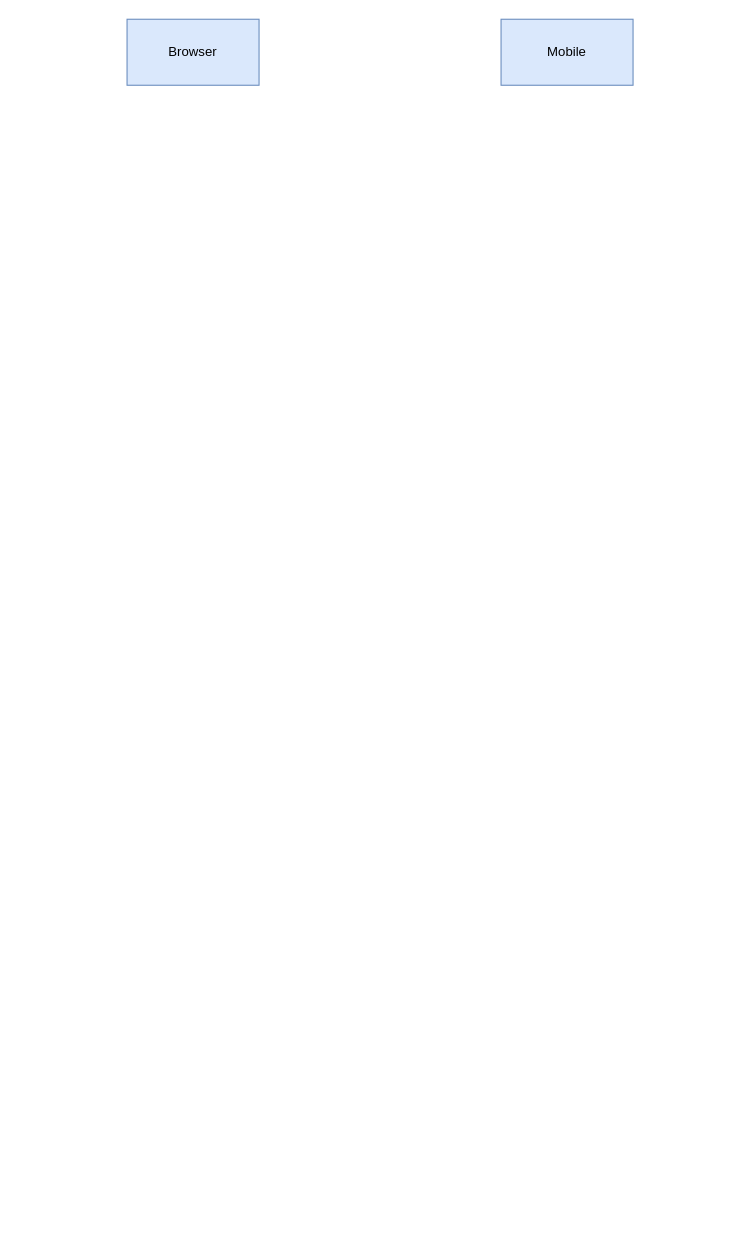
Above: Диаграмма без названия.drawio in Sardoralgoritm/OlxApi (draw.io), before the change. Source tidied: cells renumbered, new cells numbered last; positions are measured from the earlier drawing's top-left corner, leaving out a move shared by most shapes. Both pictures are drawn from the tidied source at 110%, with x=0, y=0 at pixel (127, 19).
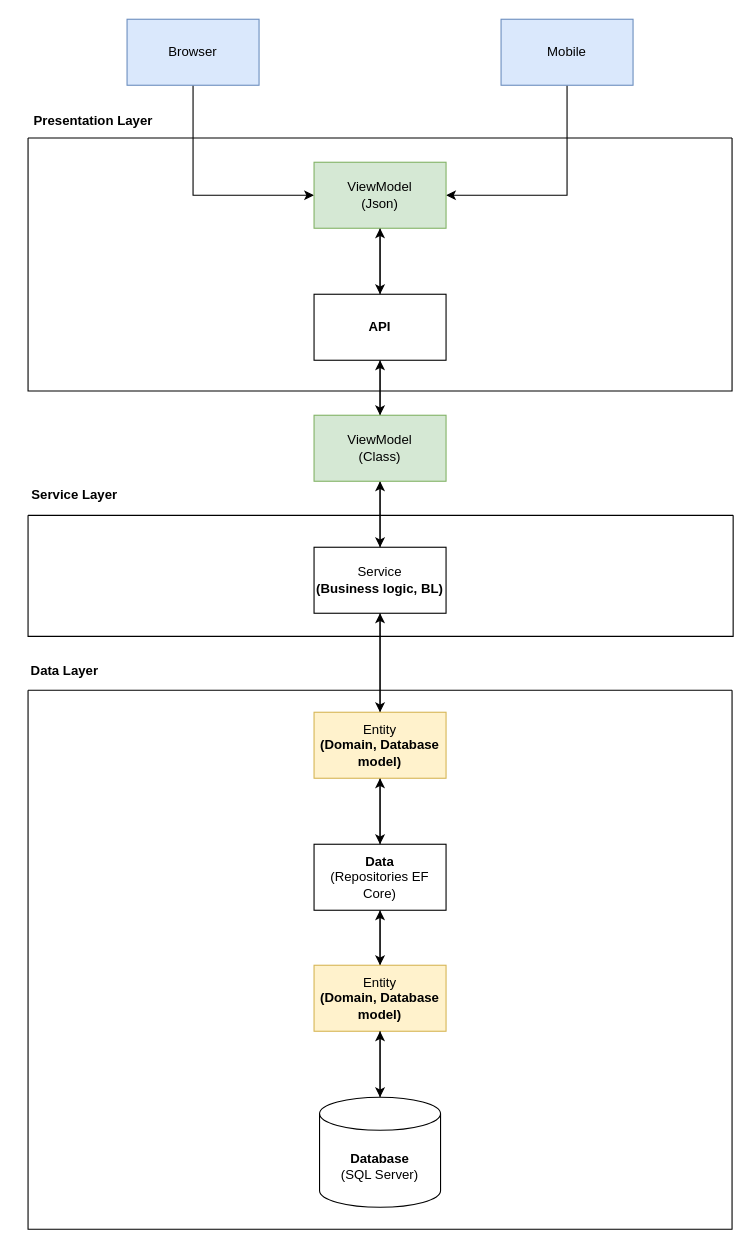
The same diagram, later.

The change refers to these unchanged cells:
```xml
<mxCell id="2" value="Browser" style="rounded=0;whiteSpace=wrap;html=1;fillColor=#dae8fc;strokeColor=#6c8ebf;" parent="1" vertex="1">
  <mxGeometry width="120" height="60" as="geometry" />
</mxCell>
<mxCell id="3" value="Mobile" style="rounded=0;whiteSpace=wrap;html=1;fillColor=#dae8fc;strokeColor=#6c8ebf;" parent="1" vertex="1">
  <mxGeometry x="340" width="120" height="60" as="geometry" />
</mxCell>
```

The edit, as a diff of the source:
```diff
@@
+    <mxCell id="4" style="edgeStyle=orthogonalEdgeStyle;rounded=0;jettySize=auto;html=1;entryX=0;entryY=0.5;entryDx=0;entryDy=0;" parent="1" edge="1" source="2" target="7">
+      <mxGeometry relative="1" as="geometry">
+        <Array as="points">
+          <mxPoint x="60" y="160" />
+        </Array>
+      </mxGeometry>
+    </mxCell>
@@
+    <mxCell id="5" style="edgeStyle=orthogonalEdgeStyle;rounded=0;jettySize=auto;html=1;entryX=1;entryY=0.5;entryDx=0;entryDy=0;" parent="1" edge="1" source="3" target="7">
+      <mxGeometry relative="1" as="geometry">
+        <Array as="points">
+          <mxPoint x="400" y="160" />
+        </Array>
+      </mxGeometry>
+    </mxCell>
@@
+    <mxCell id="6" style="edgeStyle=orthogonalEdgeStyle;rounded=0;jettySize=auto;html=1;" parent="1" edge="1" source="7" target="10">
+      <mxGeometry relative="1" as="geometry" />
+    </mxCell>
+    <mxCell id="7" value="ViewModel&lt;br&gt;(Json)" style="rounded=0;whiteSpace=wrap;html=1;fillColor=#d5e8d4;strokeColor=#82b366;" parent="1" vertex="1">
+      <mxGeometry x="170" y="130" width="120" height="60" as="geometry" />
+    </mxCell>
+    <mxCell id="8" style="edgeStyle=orthogonalEdgeStyle;rounded=0;jettySize=auto;html=1;entryX=0.5;entryY=1;entryDx=0;entryDy=0;" parent="1" edge="1" source="10" target="7">
+      <mxGeometry relative="1" as="geometry" />
+    </mxCell>
+    <mxCell id="9" style="edgeStyle=orthogonalEdgeStyle;rounded=0;jettySize=auto;html=1;" parent="1" edge="1" source="10" target="16">
+      <mxGeometry relative="1" as="geometry" />
+    </mxCell>
+    <mxCell id="10" value="&lt;b&gt;API&lt;/b&gt;" style="whiteSpace=wrap;html=1;rounded=0;" parent="1" vertex="1">
+      <mxGeometry x="170" y="250" width="120" height="60" as="geometry" />
+    </mxCell>
+    <mxCell id="11" style="edgeStyle=orthogonalEdgeStyle;rounded=0;jettySize=auto;html=1;entryX=0.5;entryY=1;entryDx=0;entryDy=0;" parent="1" edge="1" source="13" target="16">
+      <mxGeometry relative="1" as="geometry" />
+    </mxCell>
+    <mxCell id="12" style="edgeStyle=orthogonalEdgeStyle;rounded=0;jettySize=auto;html=1;" parent="1" edge="1" source="13" target="19">
+      <mxGeometry relative="1" as="geometry" />
+    </mxCell>
+    <mxCell id="13" value="Service&lt;br&gt;&lt;b&gt;(Business logic, BL)&lt;/b&gt;" style="whiteSpace=wrap;html=1;rounded=0;" parent="1" vertex="1">
+      <mxGeometry x="170" y="480" width="120" height="60" as="geometry" />
+    </mxCell>
+    <mxCell id="14" style="edgeStyle=orthogonalEdgeStyle;rounded=0;jettySize=auto;html=1;entryX=0.5;entryY=0;entryDx=0;entryDy=0;" parent="1" edge="1" source="16" target="13">
+      <mxGeometry relative="1" as="geometry" />
+    </mxCell>
+    <mxCell id="15" style="edgeStyle=orthogonalEdgeStyle;rounded=0;jettySize=auto;html=1;entryX=0.5;entryY=1;entryDx=0;entryDy=0;" parent="1" edge="1" source="16" target="10">
+      <mxGeometry relative="1" as="geometry" />
+    </mxCell>
+    <mxCell id="16" value="ViewModel&lt;br style=&quot;border-color: var(--border-color);&quot;&gt;(Class)" style="whiteSpace=wrap;html=1;rounded=0;fillColor=#d5e8d4;strokeColor=#82b366;" parent="1" vertex="1">
+      <mxGeometry x="170" y="360" width="120" height="60" as="geometry" />
+    </mxCell>
+    <mxCell id="17" style="edgeStyle=orthogonalEdgeStyle;rounded=0;jettySize=auto;html=1;entryX=0.5;entryY=1;entryDx=0;entryDy=0;" parent="1" edge="1" source="19" target="13">
+      <mxGeometry relative="1" as="geometry" />
+    </mxCell>
+    <mxCell id="18" style="edgeStyle=orthogonalEdgeStyle;rounded=0;jettySize=auto;html=1;" parent="1" edge="1" source="19" target="22">
+      <mxGeometry relative="1" as="geometry" />
+    </mxCell>
+    <mxCell id="19" value="Entity&lt;br&gt;&lt;b&gt;(Domain, Database model)&lt;/b&gt;" style="whiteSpace=wrap;html=1;rounded=0;fillColor=#fff2cc;strokeColor=#d6b656;" parent="1" vertex="1">
+      <mxGeometry x="170" y="630" width="120" height="60" as="geometry" />
+    </mxCell>
+    <mxCell id="20" style="edgeStyle=orthogonalEdgeStyle;rounded=0;jettySize=auto;html=1;entryX=0.5;entryY=1;entryDx=0;entryDy=0;" parent="1" edge="1" source="22" target="19">
+      <mxGeometry relative="1" as="geometry" />
+    </mxCell>
+    <mxCell id="21" style="edgeStyle=orthogonalEdgeStyle;rounded=0;jettySize=auto;html=1;entryX=0.5;entryY=0;entryDx=0;entryDy=0;" parent="1" edge="1" source="22" target="24">
+      <mxGeometry relative="1" as="geometry" />
+    </mxCell>
+    <mxCell id="22" value="&lt;b&gt;Data&lt;/b&gt;&lt;br&gt;(Repositories EF Core)" style="whiteSpace=wrap;html=1;rounded=0;" parent="1" vertex="1">
+      <mxGeometry x="170" y="750" width="120" height="60" as="geometry" />
+    </mxCell>
+    <mxCell id="23" style="edgeStyle=orthogonalEdgeStyle;rounded=0;jettySize=auto;html=1;entryX=0.5;entryY=1;entryDx=0;entryDy=0;" parent="1" edge="1" source="24" target="22">
+      <mxGeometry relative="1" as="geometry" />
+    </mxCell>
+    <mxCell id="24" value="Entity&lt;br&gt;&lt;b&gt;(Domain, Database model)&lt;/b&gt;" style="whiteSpace=wrap;html=1;rounded=0;fillColor=#fff2cc;strokeColor=#d6b656;" parent="1" vertex="1">
+      <mxGeometry x="170" y="860" width="120" height="60" as="geometry" />
+    </mxCell>
+    <mxCell id="25" style="edgeStyle=orthogonalEdgeStyle;rounded=0;jettySize=auto;html=1;entryX=0.5;entryY=1;entryDx=0;entryDy=0;" parent="1" edge="1" source="26" target="24">
+      <mxGeometry relative="1" as="geometry" />
+    </mxCell>
+    <mxCell id="26" value="&lt;b&gt;Database&lt;br&gt;&lt;/b&gt;(SQL Server)" style="shape=cylinder3;whiteSpace=wrap;html=1;boundedLbl=1;backgroundOutline=1;size=15;" parent="1" vertex="1">
+      <mxGeometry x="175" y="980" width="110" height="100" as="geometry" />
+    </mxCell>
+    <mxCell id="27" style="edgeStyle=orthogonalEdgeStyle;rounded=0;jettySize=auto;html=1;entryX=0.5;entryY=0;entryDx=0;entryDy=0;entryPerimeter=0;" parent="1" edge="1" source="24" target="26">
+      <mxGeometry relative="1" as="geometry" />
+    </mxCell>
+    <mxCell id="28" style="swimlane;startSize=0;" parent="1" vertex="1">
+      <mxGeometry x="-90" y="108" width="640" height="230" as="geometry" />
+    </mxCell>
+    <mxCell id="29" value="&lt;b&gt;Presentation Layer&lt;/b&gt;" style="text;html=1;align=center;verticalAlign=middle;strokeColor=none;fillColor=none;" parent="1" vertex="1">
+      <mxGeometry x="-96" y="78" width="130" height="30" as="geometry" />
+    </mxCell>
+    <mxCell id="30" style="swimlane;startSize=0;" parent="1" vertex="1">
+      <mxGeometry x="-90" y="451" width="641" height="110" as="geometry" />
+    </mxCell>
+    <mxCell id="31" value="&lt;b&gt;Service Layer&lt;/b&gt;" style="text;html=1;align=center;verticalAlign=middle;strokeColor=none;fillColor=none;" parent="1" vertex="1">
+      <mxGeometry x="-98" y="418" width="100" height="30" as="geometry" />
+    </mxCell>
+    <mxCell id="32" style="swimlane;startSize=0;" parent="1" vertex="1">
+      <mxGeometry x="-90" y="610" width="640" height="490" as="geometry" />
+    </mxCell>
+    <mxCell id="33" value="&lt;b&gt;Data Layer&lt;/b&gt;" style="text;html=1;align=center;verticalAlign=middle;strokeColor=none;fillColor=none;" parent="1" vertex="1">
+      <mxGeometry x="-97" y="578" width="80" height="30" as="geometry" />
+    </mxCell>
```
